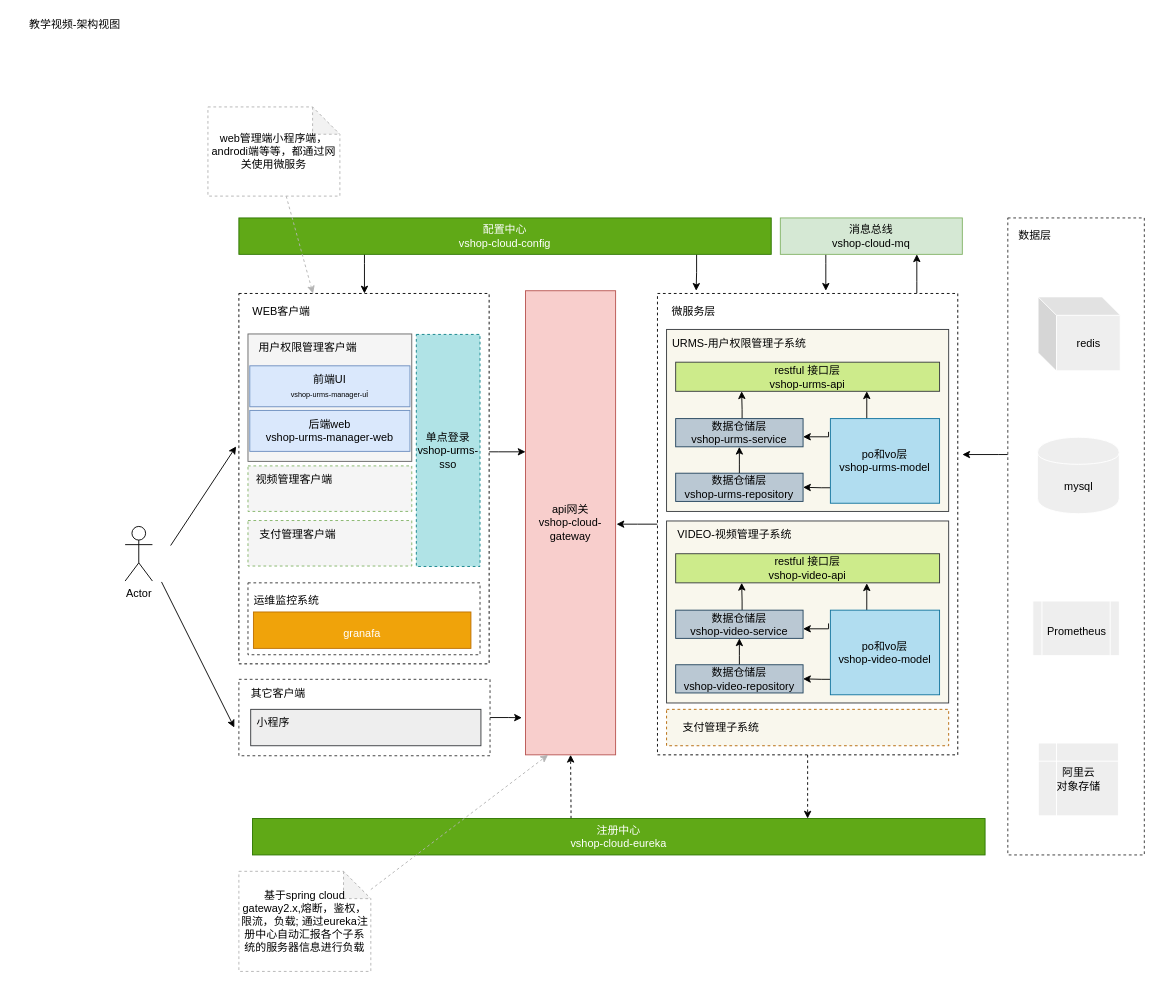
This is urms-架构视图.drawio from qlshouyu/ShouYuURMS, a draw.io file, before an edit. Source tidied: cells renumbered, new cells numbered last; positions are measured from the earlier drawing's top-left corner, leaving out a move shared by most shapes. Both pictures are drawn from the tidied source at 91%, with x=0, y=0 at pixel (15, 15).
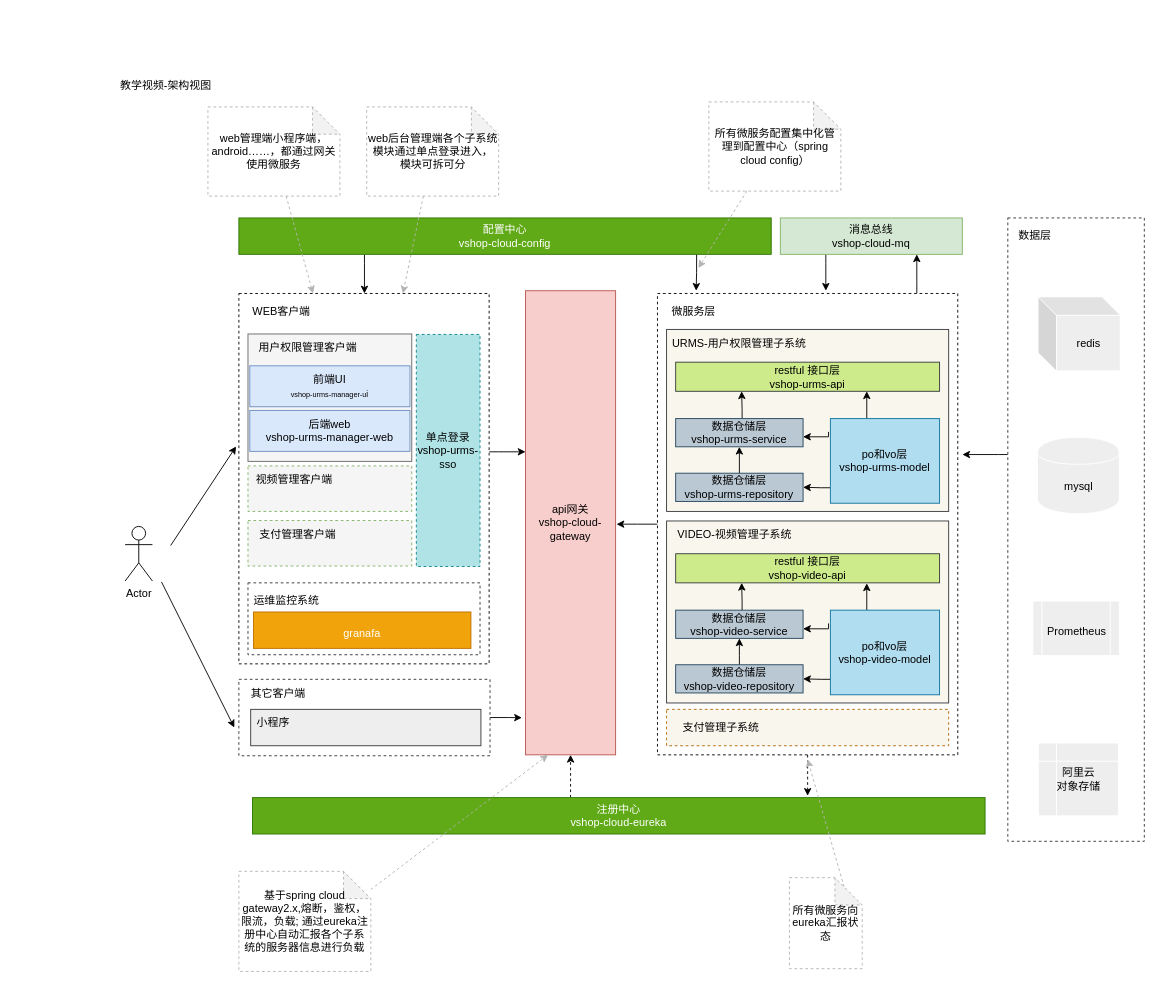
The same page after the edit.

The change refers to these unchanged cells:
```xml
<mxCell id="5" style="rounded=0;whiteSpace=wrap;html=1;dashed=1;" parent="1" vertex="1">
  <mxGeometry x="245" y="305" width="275" height="407" as="geometry" />
</mxCell>
<mxCell id="16" style="rounded=0;whiteSpace=wrap;html=1;dashed=1;" parent="1" vertex="1">
  <mxGeometry x="705" y="305" width="330" height="507" as="geometry" />
</mxCell>
```

Change to the diagram source:
```diff
@@
     <mxCell id="2" value="教学视频-架构视图" style="text;html=1;strokeColor=none;fillColor=none;align=center;verticalAlign=middle;whiteSpace=wrap;rounded=0;" parent="1" vertex="1">
-      <mxGeometry width="130" height="20" as="geometry" />
+      <mxGeometry x="100" y="67" width="130" height="20" as="geometry" />
     </mxCell>
@@
     <mxCell id="14" style="edgeStyle=orthogonalEdgeStyle;rounded=0;jettySize=auto;html=1;dashed=1;" parent="1" edge="1" source="16">
       <mxGeometry relative="1" as="geometry">
-        <mxPoint x="870" y="882" as="targetPoint" />
+        <mxPoint x="870" y="857" as="targetPoint" />
       </mxGeometry>
     </mxCell>
@@
     <mxCell id="21" value="注册中心&lt;br&gt;vshop-cloud-eureka&lt;br&gt;" style="rounded=0;whiteSpace=wrap;html=1;fillColor=#60a917;strokeColor=#2D7600;fontColor=#ffffff;" parent="1" vertex="1">
-      <mxGeometry x="260" y="882" width="805" height="40" as="geometry" />
+      <mxGeometry x="260" y="859" width="805" height="40" as="geometry" />
     </mxCell>
@@
     <mxCell id="40" style="rounded=0;whiteSpace=wrap;html=1;dashed=1;fillColor=#ffffff;strokeColor=#333333;" parent="1" vertex="1">
-      <mxGeometry x="1090" y="222" width="150" height="700" as="geometry" />
+      <mxGeometry x="1090" y="222" width="150" height="685" as="geometry" />
     </mxCell>
@@
-    <mxCell id="72" value="web管理端小程序端，androdi端等等，都通过网关使用微服务" style="shape=note;whiteSpace=wrap;html=1;backgroundOutline=1;darkOpacity=0.05;strokeColor=#B3B3B3;fillColor=#FFFFFF;dashed=1;" parent="1" vertex="1">
+    <mxCell id="72" value="web管理端小程序端，android……，都通过网关使用微服务" style="shape=note;whiteSpace=wrap;html=1;backgroundOutline=1;darkOpacity=0.05;strokeColor=#B3B3B3;fillColor=#FFFFFF;dashed=1;" parent="1" vertex="1">
       <mxGeometry x="211" y="100" width="145" height="98" as="geometry" />
     </mxCell>
@@
+    <mxCell id="74" value="web后台管理端各个子系统模块通过单点登录进入，模块可拆可分" style="shape=note;whiteSpace=wrap;html=1;backgroundOutline=1;darkOpacity=0.05;strokeColor=#B3B3B3;fillColor=#FFFFFF;dashed=1;" parent="1" vertex="1">
+      <mxGeometry x="385.5" y="100" width="145" height="98" as="geometry" />
+    </mxCell>
+    <mxCell id="75" style="endArrow=classic;html=1;dashed=1;strokeColor=#B3B3B3;" parent="1" edge="1" source="74" target="5">
+      <mxGeometry relative="1" as="geometry" />
+    </mxCell>
+    <mxCell id="76" style="endArrow=classic;html=1;dashed=1;strokeColor=#B3B3B3;" parent="1" edge="1">
+      <mxGeometry relative="1" as="geometry">
+        <mxPoint x="910" y="957" as="sourcePoint" />
+        <mxPoint x="870" y="817" as="targetPoint" />
+      </mxGeometry>
+    </mxCell>
+    <mxCell id="77" value="所有微服务向eureka汇报状态" style="shape=note;whiteSpace=wrap;html=1;backgroundOutline=1;darkOpacity=0.05;dashed=1;strokeColor=#B3B3B3;fillColor=#FFFFFF;" parent="1" vertex="1">
+      <mxGeometry x="850" y="947" width="80" height="100" as="geometry" />
+    </mxCell>
+    <mxCell id="78" value="所有微服务配置集中化管理到配置中心（spring cloud config）" style="shape=note;whiteSpace=wrap;html=1;backgroundOutline=1;darkOpacity=0.05;strokeColor=#B3B3B3;fillColor=#FFFFFF;dashed=1;" parent="1" vertex="1">
+      <mxGeometry x="761.5" y="94.5" width="145" height="98" as="geometry" />
+    </mxCell>
+    <mxCell id="79" style="endArrow=classic;html=1;dashed=1;strokeColor=#B3B3B3;" parent="1" edge="1" source="78">
+      <mxGeometry relative="1" as="geometry">
+        <mxPoint x="750" y="277" as="targetPoint" />
+      </mxGeometry>
+    </mxCell>
```
